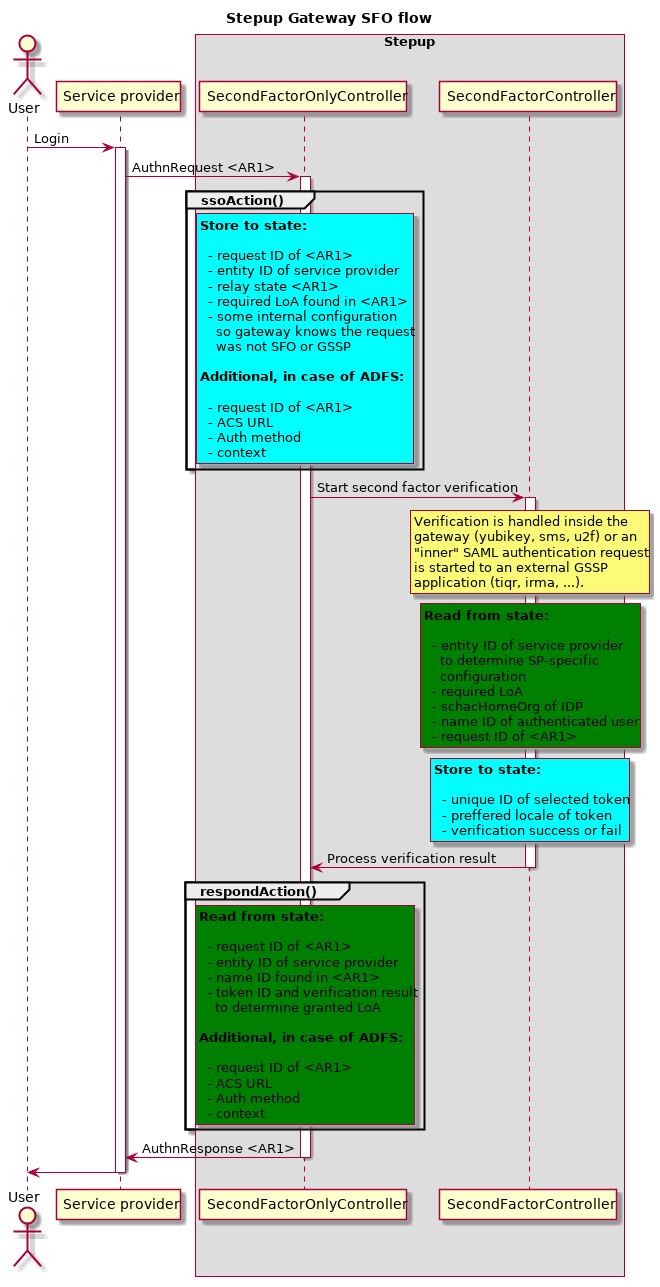
This is docs/diagrams/gateway-state-sfo-flow.png from OpenConext/Stepup-Gateway, a PlantUML export, as it was before one commit. Its diagram source:
```plantuml
@startuml diagrams/gateway-state-sfo-flow.png

title Stepup Gateway SFO flow
actor User

participant "Service provider" as SP
box "Stepup"
    participant "SecondFactorOnlyController" as SFO
    participant "SecondFactorController" as SF
end box

User -> SP: Login
activate SP

    SP -> SFO: AuthnRequest <AR1>
    activate SFO

        group ssoAction()
            rnote over SFO #aqua
            **Store to state:**

              - request ID of <AR1>
              - entity ID of service provider
              - relay state <AR1>
              - required LoA found in <AR1>
              - some internal configuration
                so gateway knows the request
                was not SFO or GSSP

            **Additional, in case of ADFS:**

              - request ID of <AR1>
              - ACS URL
              - Auth method
              - context
            end note
        end

        SFO -> SF: Start second factor verification
        activate SF

            rnote over SF
            Verification is handled inside the
            gateway (yubikey, sms, u2f) or an
            "inner" SAML authentication request
            is started to an external GSSP
            application (tiqr, irma, ...).
            end note
            rnote over SF #green
            **Read from state:**

              - entity ID of service provider
                to determine SP-specific
                configuration
              - required LoA
              - schacHomeOrg of IDP
              - name ID of authenticated user
              - request ID of <AR1>
            end note

            rnote over SF #aqua
            **Store to state:**

              - unique ID of selected token
              - preffered locale of token
              - verification success or fail
            end note

            SF -> SFO: Process verification result
        deactivate SF

        group respondAction()
            rnote over SFO #green
            **Read from state:**

              - request ID of <AR1>
              - entity ID of service provider
              - name ID found in <AR1>
              - token ID and verification result
                to determine granted LoA

            **Additional, in case of ADFS:**

              - request ID of <AR1>
              - ACS URL
              - Auth method
              - context
            end note
        end

        SFO -> SP: AuthnResponse <AR1>
    deactivate SFO

    SP -> User
deactivate SP

@enduml
```
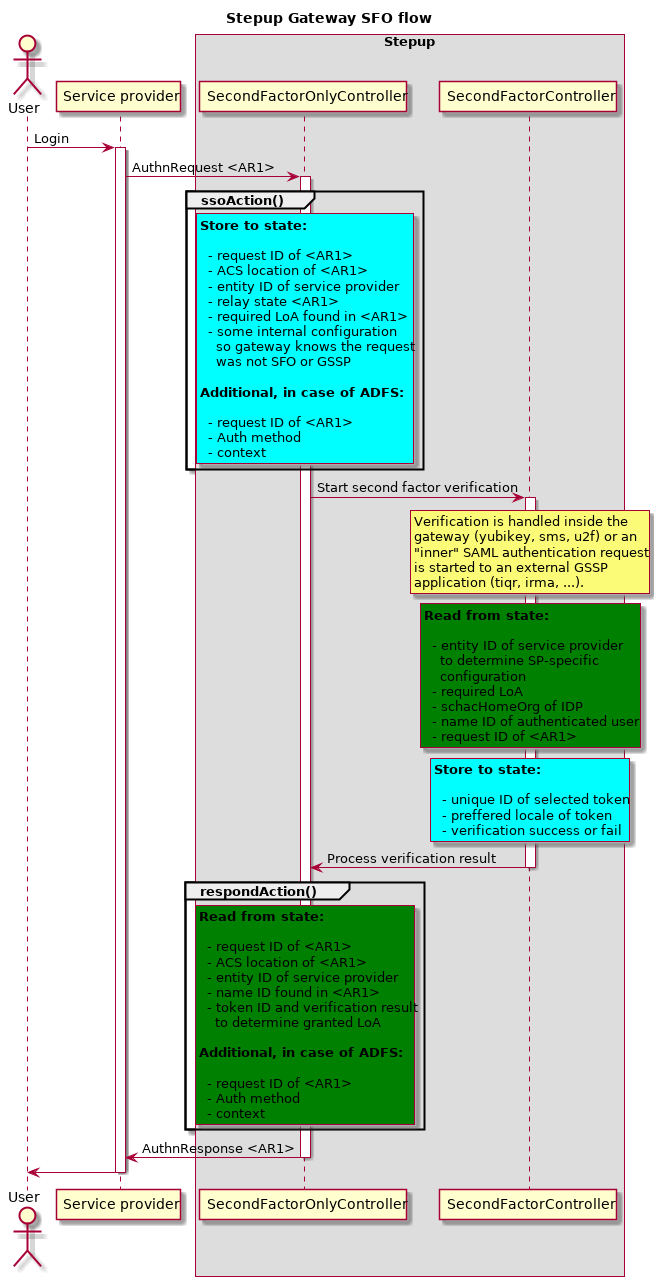
Later version of the same file.

Diff of the diagram source:
```diff
@@ -20,6 +20,7 @@
             **Store to state:**
 
               - request ID of <AR1>
+              - ACS location of <AR1>
               - entity ID of service provider
               - relay state <AR1>
               - required LoA found in <AR1>
@@ -30,7 +31,6 @@
             **Additional, in case of ADFS:**
 
               - request ID of <AR1>
-              - ACS URL
               - Auth method
               - context
             end note
@@ -74,6 +74,7 @@
             **Read from state:**
 
               - request ID of <AR1>
+              - ACS location of <AR1>
               - entity ID of service provider
               - name ID found in <AR1>
               - token ID and verification result
@@ -82,7 +83,6 @@
             **Additional, in case of ADFS:**
 
               - request ID of <AR1>
-              - ACS URL
               - Auth method
               - context
             end note
```
